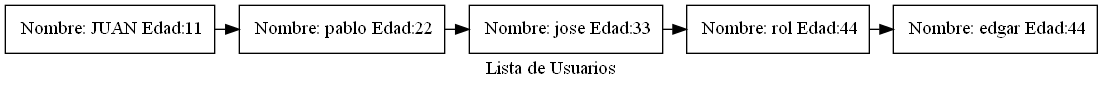
Earlier version of the Graphviz export Fase 1/UsuarioOrdenAsc.png (EdgarAlvarez-ROL/-EDD_2S-BatallaNaval_202001144). Its source is kept beside it as Fase 1/UsuarioOrdenAsc.dot.
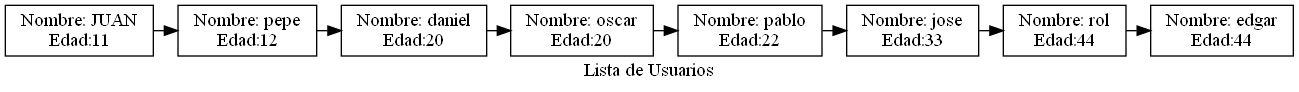
The same diagram one commit later.

Change to the diagram source:
```diff
@@ -1,13 +1,24 @@
 digraph G {
 label="Lista de Usuarios";
 node [shape=box];
-UJUAN[label=" Nombre: JUAN Edad:11"];
-Upablo[label=" Nombre: pablo Edad:22"];
-Ujose[label=" Nombre: jose Edad:33"];
-Urol[label=" Nombre: rol Edad:44"];
-Uedgar[label=" Nombre: edgar Edad:44"];
+UJUAN[label=" Nombre: JUAN
+Edad:11"];
+Upepe[label=" Nombre: pepe
+Edad:12"];
+Udaniel[label=" Nombre: daniel
+Edad:20"];
+Uoscar[label=" Nombre: oscar
+Edad:20"];
+Upablo[label=" Nombre: pablo
+Edad:22"];
+Ujose[label=" Nombre: jose
+Edad:33"];
+Urol[label=" Nombre: rol
+Edad:44"];
+Uedgar[label=" Nombre: edgar
+Edad:44"];
 {rank=same;
-UJUAN->Upablo->Ujose->Urol->Uedgar
+UJUAN->Upepe->Udaniel->Uoscar->Upablo->Ujose->Urol->Uedgar
 
 }
 }
```
